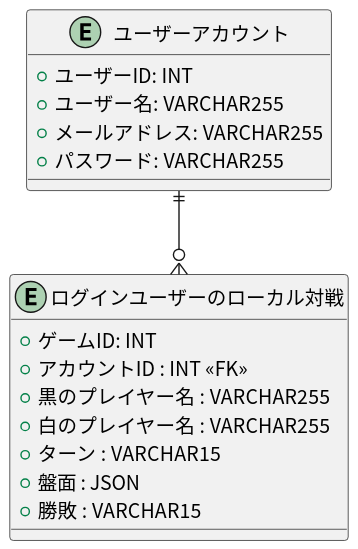
Above: docs/er/er_diagram/er.svg in tomoki-shiozaki/othello (PlantUML), before the change.
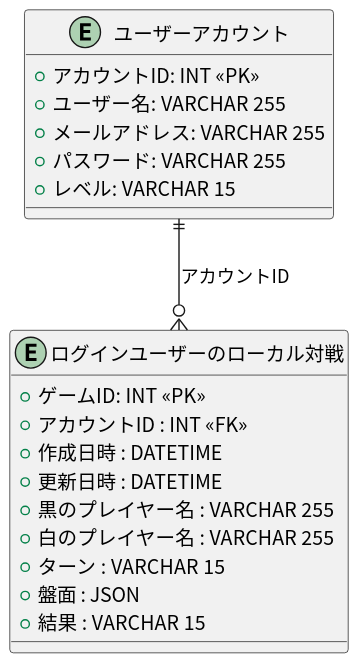
Later version of the same file.

Commit message:
docs: update er diagrams and DB architectures

Change to the diagram source:
```diff
@@ -1,21 +1,24 @@
 @startuml
 skinparam defaultFontName "Noto Sans CJK JP"
 entity "ユーザーアカウント" {
-  +ユーザーID: INT
-  +ユーザー名: VARCHAR255
-  +メールアドレス: VARCHAR255
-  +パスワード: VARCHAR255
+  +アカウントID: INT <<PK>>
+  +ユーザー名: VARCHAR 255
+  +メールアドレス: VARCHAR 255
+  +パスワード: VARCHAR 255
+  +レベル: VARCHAR 15
 }
 
 entity "ログインユーザーのローカル対戦" {
-  +ゲームID: INT
+  +ゲームID: INT <<PK>>
   +アカウントID : INT <<FK>>
-  +黒のプレイヤー名 : VARCHAR255
-  +白のプレイヤー名 : VARCHAR255
-  +ターン : VARCHAR15
+  +作成日時 : DATETIME
+  +更新日時 : DATETIME
+  +黒のプレイヤー名 : VARCHAR 255
+  +白のプレイヤー名 : VARCHAR 255
+  +ターン : VARCHAR 15
   +盤面 : JSON
-  +勝敗 : VARCHAR15
+  +結果 : VARCHAR 15
 }
 
-"ユーザーアカウント" ||--o{ "ログインユーザーのローカル対戦"
+"ユーザーアカウント" ||--o{ "ログインユーザーのローカル対戦" : アカウントID
 @enduml
```
